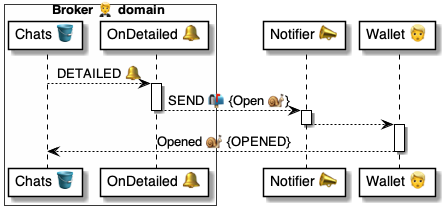
Earlier version of the PlantUML export 4 ⚙️ Solution/20 🧑‍🦰 UI/Brokers 🤵/🤵🪣 Broker tables/Chats 💬 table/🪣🔔 3 Detailed/🤵 OnChatDetailed ⚙️ uml.png (pollyweb-org/pollyweb-docs). Its source is kept beside it as 4 ⚙️ Solution/20 🧑‍🦰 UI/Brokers 🤵/🤵🪣 Broker tables/Chats 💬 table/🪣🔔 3 Detailed/🤵 OnChatDetailed ⚙️ uml.puml.
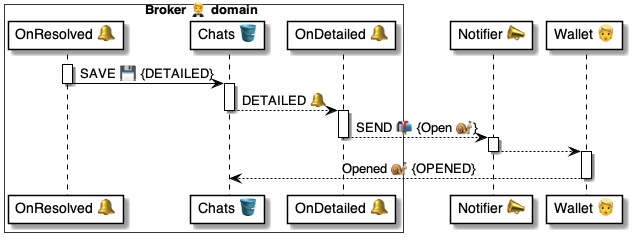
After the change.

Change to the diagram source:
```diff
@@ -2,6 +2,7 @@
 
 
 box Broker 🤵 domain #FFFFFA
+    participant "OnResolved 🔔" as script
     participant "Chats 🪣" as table
     participant "OnDetailed 🔔" as handler
 end box
@@ -11,8 +12,13 @@
 
 
 
+activate script
+    script -> table: SAVE 💾 {DETAILED}
+deactivate script
 
+activate table
     table --> handler: DETAILED 🔔
+deactivate table
 
 activate handler
     handler --> notifier: SEND 📬 {Open 🐌}
```
